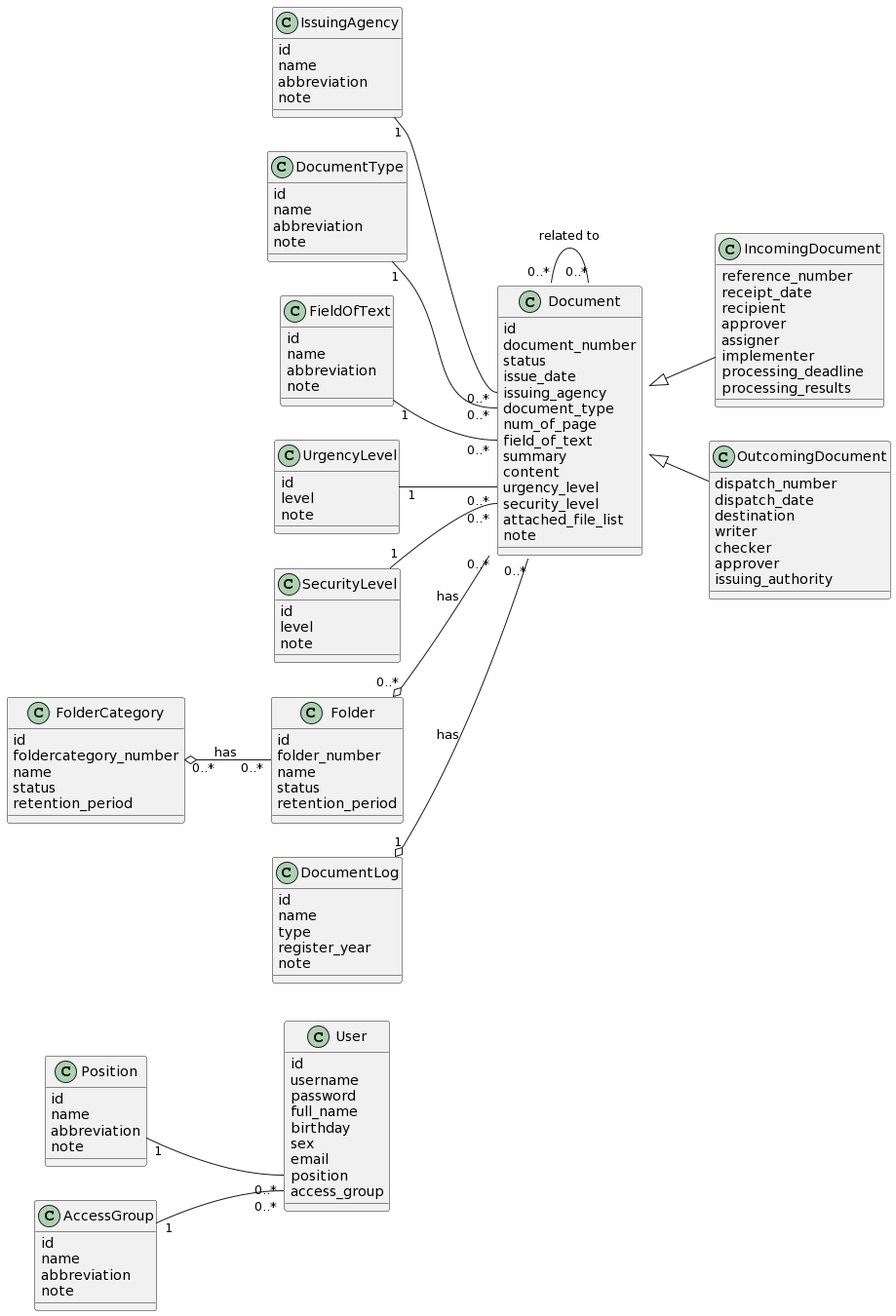
Earlier version of the PlantUML export Lab1/Lab1.2/Class Diagram/Class Diagram.png (khoapham1003/SE357-Pratice-class).
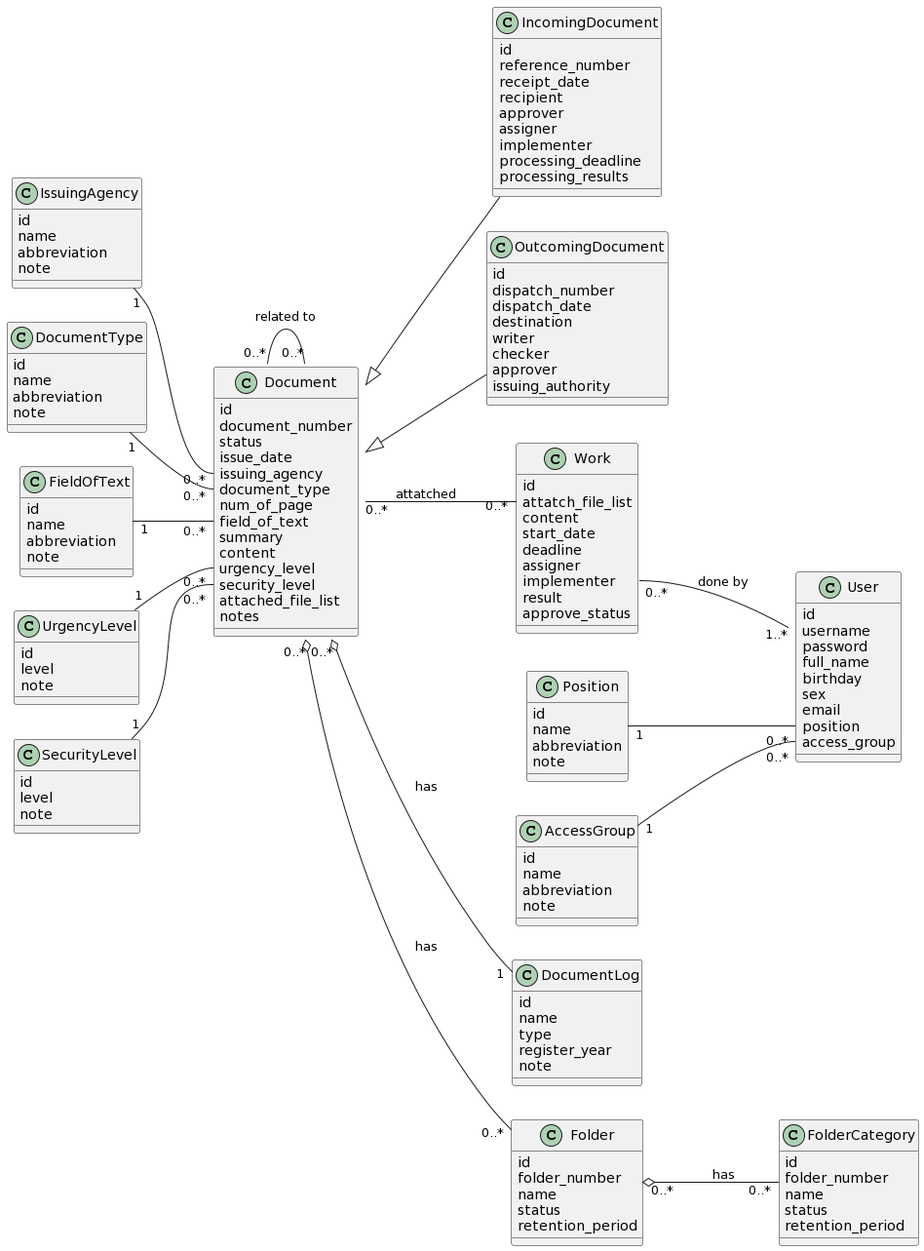
Above is the later version.

Commit message:
fix class diagram

What changed in the source:
```diff
@@ -1,16 +1,5 @@
 @startuml
 left to right direction
-class User{
-id
-username
-password
-full_name
-birthday
-sex
-email
-position
-access_group
-}
 class Position{
 id
 name
@@ -22,6 +11,17 @@
 name
 abbreviation
 note
+}
+class User{
+id
+username
+password
+full_name
+birthday
+sex
+email
+position
+access_group
 }
 class Document {
 id
@@ -37,9 +37,10 @@
 urgency_level
 security_level
 attached_file_list
-note
+notes
 }
 class IncomingDocument {
+id
 reference_number
 receipt_date
 recipient
@@ -50,6 +51,7 @@
 processing_results
 }
 class OutcomingDocument {
+id
 dispatch_number
 dispatch_date
 destination
@@ -57,6 +59,17 @@
 checker
 approver
 issuing_authority
+}
+class Work{
+id
+attatch_file_list
+content
+start_date
+deadline
+assigner
+implementer
+result
+approve_status
 }
 class DocumentType{
 id
@@ -103,24 +116,30 @@
 }
 class FolderCategory{
 id
-foldercategory_number
+folder_number
 name
 status
 retention_period
 }
+
+Work::attatch_file_list "0..*" -up- "0..*" Document:attatched
+Work::implementer "0..*" -down- "1..*" User:done by
+
 Document <|-- OutcomingDocument
 Document <|-- IncomingDocument
 Document "0..*" -- "0..*" Document: related to
 
-DocumentLog "1" o-- "0..*" Document: has
-Folder "0..*" o-- "0..*" Document: has
-FolderCategory "0..*" o-- "0..*" Folder: has
+Document "0..*" o-- "1" DocumentLog: has
+Document "0..*" o-- "0..*" Folder: has
+Folder "0..*" o-- "0..*" FolderCategory: has
 FieldOfText "1" -- "0..*" Document::field_of_text
 DocumentType "1" -- "0..*" Document::document_type
 IssuingAgency "1" -- "0..*" Document::issuing_agency
 UrgencyLevel "1" -- "0..*" Document::urgency_level
 SecurityLevel "1" -- "0..*" Document::security_level
 
+
+
 AccessGroup "1" -- "0..*" User::access_group
 Position "1" -- "0..*" User::position
 @enduml
```
